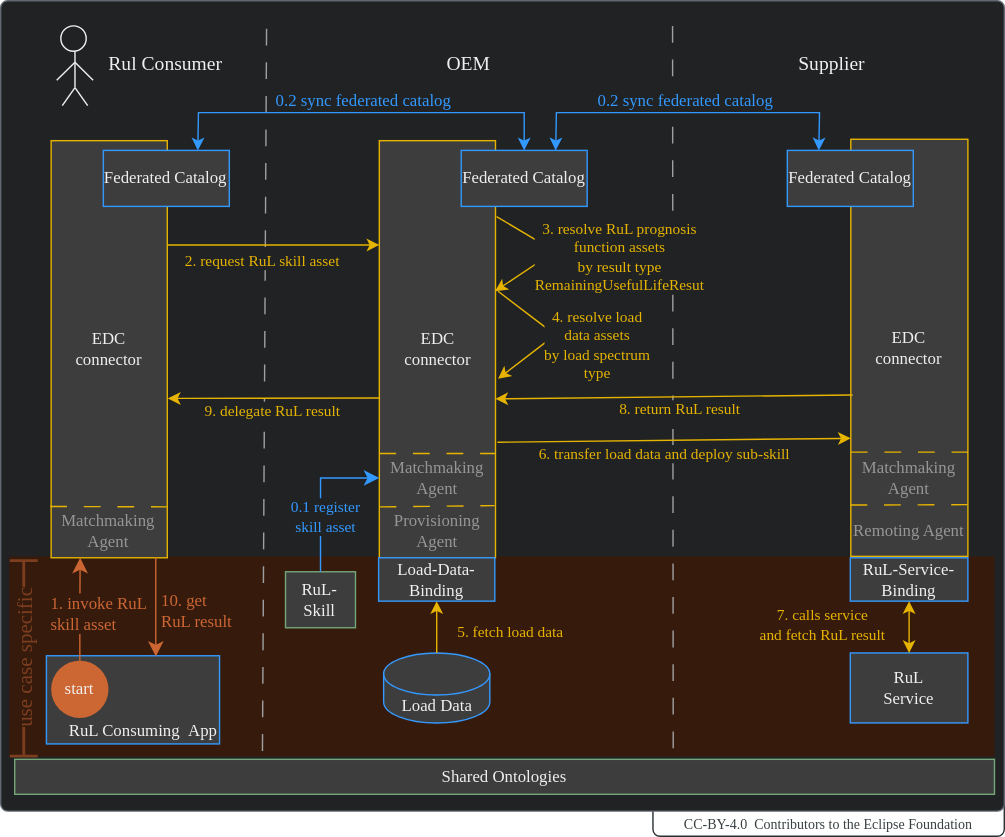
Earlier version of the draw.io export docs-kits/kits/behaviour-twin-kit/use-cases/rul/adoption-view/assets/business-process.drawio.svg (eclipse-tractusx/eclipse-tractusx.github.io). Source tidied: cells renumbered, new cells last; positions are measured from the earlier drawing's top-left corner, leaving out a move shared by most shapes.
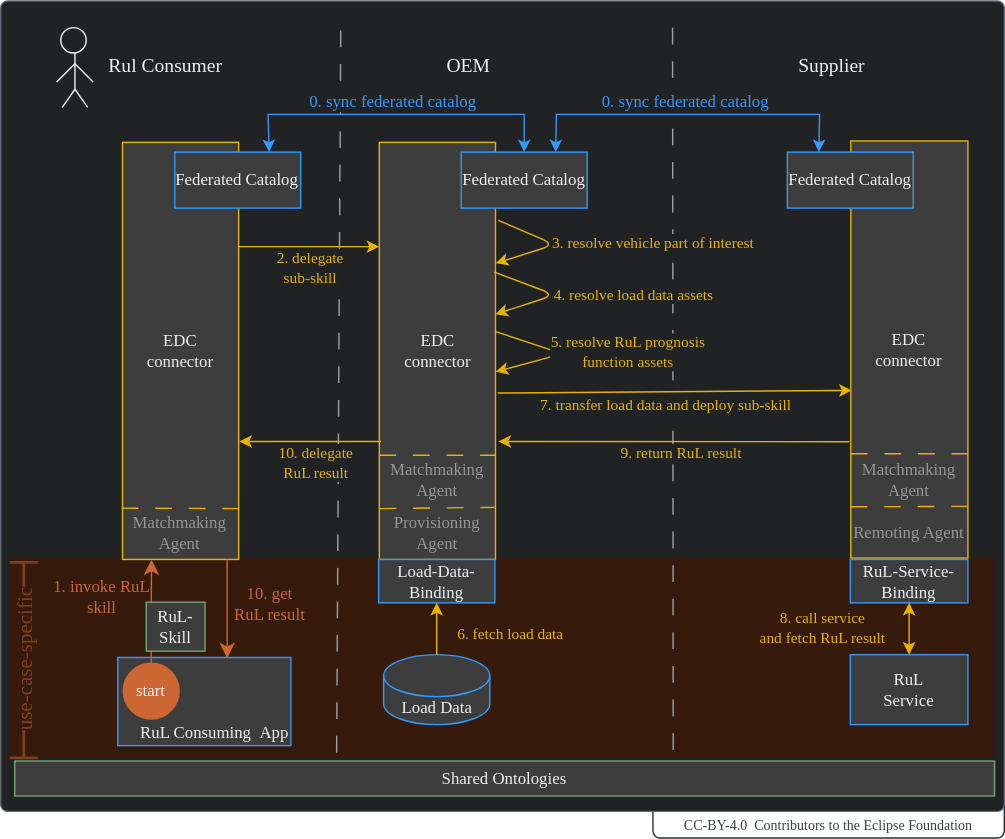
Later version of the same file.

Change to the diagram source:
```diff
@@ -8,3 +8,3 @@
     <mxCell id="3" style="rounded=1;whiteSpace=wrap;html=1;fillColor=#202224;strokeColor=#606770;arcSize=10;absoluteArcSize=1;imageWidth=25;fillStyle=solid;fontFamily=Manrope;" parent="1" vertex="1">
-      <mxGeometry x="53" width="717" height="579" as="geometry" />
+      <mxGeometry x="53" y="-1" width="717" height="579" as="geometry" />
     </mxCell>
@@ -15,4 +15,4 @@
       <mxGeometry relative="1" as="geometry">
-        <mxPoint x="240" y="536" as="sourcePoint" />
-        <mxPoint x="243" y="9" as="targetPoint" />
+        <mxPoint x="293" y="536" as="sourcePoint" />
+        <mxPoint x="296" y="9" as="targetPoint" />
       </mxGeometry>
@@ -35,3 +35,3 @@
     <mxCell id="10" value="&lt;font style=&quot;font-size: 12px;&quot; face=&quot;Manrope&quot;&gt;EDC&lt;br&gt;connector&lt;/font&gt;" style="rounded=0;whiteSpace=wrap;html=1;strokeColor=#E6B400;fillColor=#3D3D3D;fillStyle=solid;fontColor=#F0F0F0;fontFamily=Manrope;" parent="1" vertex="1">
-      <mxGeometry x="89" y="100" width="83" height="298" as="geometry" />
+      <mxGeometry x="140" y="100" width="83" height="298" as="geometry" />
     </mxCell>
@@ -80,3 +80,3 @@
     <mxCell id="20" value="&lt;font style=&quot;font-size: 12px;&quot; face=&quot;Manrope&quot;&gt;Federated Catalog&lt;/font&gt;" style="rounded=0;whiteSpace=wrap;html=1;strokeColor=#3399FF;fillColor=#3D3D3D;fillStyle=solid;fontColor=#F0F0F0;fontFamily=Manrope;" parent="1" vertex="1">
-      <mxGeometry x="126.3" y="107" width="90" height="40" as="geometry" />
+      <mxGeometry x="177.3" y="107" width="90" height="40" as="geometry" />
     </mxCell>
@@ -94,3 +94,3 @@
         <Array as="points">
-          <mxPoint x="194.3" y="80" />
+          <mxPoint x="244" y="80" />
           <mxPoint x="427" y="80" />
@@ -99,5 +99,5 @@
     </mxCell>
-    <mxCell id="25" value="&lt;font face=&quot;Manrope&quot; color=&quot;#3399ff&quot;&gt;&amp;nbsp;0.2 sync federated catalog&lt;/font&gt;" style="edgeLabel;html=1;align=center;verticalAlign=middle;fontSize=12;fontColor=#F0F0F0;labelBackgroundColor=#202224;fixedWidth=0;labelPadding=0;noLabel=0;fontFamily=Manrope;" parent="24" vertex="1">
+    <mxCell id="25" value="&lt;font face=&quot;Manrope&quot; color=&quot;#3399ff&quot;&gt;&amp;nbsp;0. sync federated catalog&lt;/font&gt;" style="edgeLabel;html=1;align=center;verticalAlign=middle;fontSize=12;fontColor=#F0F0F0;labelBackgroundColor=#202224;fixedWidth=0;labelPadding=0;noLabel=0;fontFamily=Manrope;" parent="24" vertex="1">
       <mxGeometry x="0.2" relative="1" as="geometry">
-        <mxPoint x="-28" y="-9" as="offset" />
+        <mxPoint x="-28" y="-10" as="offset" />
       </mxGeometry>
@@ -115,5 +115,5 @@
     </mxCell>
-    <mxCell id="28" value="&amp;nbsp;0.2 sync federated catalog" style="edgeLabel;html=1;align=center;verticalAlign=middle;fontSize=12;fontColor=#3399FF;labelBackgroundColor=#202224;fontFamily=Manrope;" parent="26" vertex="1">
+    <mxCell id="28" value="&amp;nbsp;0. sync federated catalog" style="edgeLabel;html=1;align=center;verticalAlign=middle;fontSize=12;fontColor=#3399FF;labelBackgroundColor=#202224;fontFamily=Manrope;" parent="26" vertex="1">
       <mxGeometry x="0.11" relative="1" as="geometry">
-        <mxPoint x="-17" y="-9" as="offset" />
+        <mxPoint x="-17" y="-10" as="offset" />
       </mxGeometry>
@@ -129,5 +129,5 @@
     </mxCell>
-    <mxCell id="32" value="&lt;font face=&quot;Manrope&quot;&gt;2. request RuL skill asset&lt;/font&gt;" style="edgeLabel;html=1;align=left;verticalAlign=middle;fontColor=#E6B400;labelBackgroundColor=#202224;fontFamily=Manrope;" parent="31" vertex="1">
+    <mxCell id="32" value="&lt;font face=&quot;Manrope&quot;&gt;2. delegate&lt;br&gt;&amp;nbsp;sub-skill&lt;/font&gt;" style="edgeLabel;html=1;align=center;verticalAlign=middle;fontColor=#E6B400;labelBackgroundColor=#202224;fontFamily=Manrope;" parent="31" vertex="1">
       <mxGeometry x="-0.23" y="1" relative="1" as="geometry">
-        <mxPoint x="-47" y="12" as="offset" />
+        <mxPoint x="12" y="16" as="offset" />
       </mxGeometry>
@@ -146,3 +146,3 @@
     </mxCell>
-    <mxCell id="37" value="&lt;font face=&quot;Manrope&quot;&gt;5. fetch load data&lt;/font&gt;" style="edgeLabel;html=1;align=center;verticalAlign=middle;fontColor=#E6B400;labelBackgroundColor=#361B0D;fontFamily=Manrope;" parent="36" vertex="1">
+    <mxCell id="37" value="&lt;font face=&quot;Manrope&quot;&gt;6. fetch load data&lt;/font&gt;" style="edgeLabel;html=1;align=center;verticalAlign=middle;fontColor=#E6B400;labelBackgroundColor=#361B0D;fontFamily=Manrope;" parent="36" vertex="1">
       <mxGeometry x="0.41" y="-1" relative="1" as="geometry">
@@ -151,12 +151,9 @@
     </mxCell>
-    <mxCell id="38" value="&lt;font style=&quot;font-size: 12px;&quot; face=&quot;Manrope&quot;&gt;RuL-&lt;br&gt;Skill&lt;br&gt;&lt;/font&gt;" style="rounded=0;whiteSpace=wrap;html=1;strokeColor=#74A678;fillColor=#3D3D3D;fillStyle=solid;fontColor=#F0F0F0;fontFamily=Manrope;" parent="1" vertex="1">
-      <mxGeometry x="256.5" y="408" width="50" height="40" as="geometry" />
-    </mxCell>
-    <mxCell id="39" value="&lt;font face=&quot;Manrope&quot; color=&quot;#7d3e1f&quot; style=&quot;background-color: rgb(54, 27, 13); font-size: 15px;&quot;&gt;&amp;nbsp;use case specific&amp;nbsp;&lt;/font&gt;" style="shape=crossbar;whiteSpace=wrap;html=1;rounded=1;labelBackgroundColor=#361B0D;strokeColor=#7D3E1F;fontColor=#F0F0F0;fillColor=#69341A;rotation=-90;strokeWidth=2;fontFamily=Manrope;" parent="1" vertex="1">
+    <mxCell id="39" value="&lt;font face=&quot;Manrope&quot; color=&quot;#7d3e1f&quot; style=&quot;background-color: rgb(54, 27, 13); font-size: 15px;&quot;&gt;&amp;nbsp;use-case-specific&amp;nbsp;&lt;/font&gt;" style="shape=crossbar;whiteSpace=wrap;html=1;rounded=1;labelBackgroundColor=#361B0D;strokeColor=#7D3E1F;fontColor=#F0F0F0;fillColor=#69341A;rotation=-90;strokeWidth=2;fontFamily=Manrope;" parent="1" vertex="1">
       <mxGeometry x="-0.4" y="459.9" width="139.7" height="20" as="geometry" />
     </mxCell>
-    <mxCell id="40" style="endArrow=classic;html=1;fontColor=#E6B400;exitX=1.009;exitY=0.182;exitDx=0;exitDy=0;entryX=0.996;entryY=0.361;entryDx=0;entryDy=0;strokeColor=#E6B400;entryPerimeter=0;exitPerimeter=0;fontFamily=Manrope;" parent="1" edge="1" source="11" target="11">
+    <mxCell id="40" style="endArrow=classic;html=1;fontColor=#E6B400;exitX=1.024;exitY=0.187;exitDx=0;exitDy=0;entryX=1.002;entryY=0.29;entryDx=0;entryDy=0;strokeColor=#E6B400;entryPerimeter=0;exitPerimeter=0;fontFamily=Manrope;" parent="1" edge="1" source="11" target="11">
       <mxGeometry relative="1" as="geometry">
         <Array as="points">
-          <mxPoint x="449" y="179" />
+          <mxPoint x="449" y="173" />
         </Array>
@@ -164,11 +161,11 @@
     </mxCell>
-    <mxCell id="41" value="&lt;font face=&quot;Manrope&quot;&gt;3. resolve RuL prognosis&lt;br&gt;function assets&lt;br&gt;by&amp;nbsp;result type&lt;br&gt;RemainingUsefulLifeResut&lt;/font&gt;" style="edgeLabel;html=1;align=center;verticalAlign=middle;labelBackgroundColor=#202224;fontColor=#E6B400;fontFamily=Manrope;" parent="40" vertex="1">
+    <mxCell id="41" value="3. resolve vehicle part of interest&lt;font face=&quot;Manrope&quot;&gt;&lt;br&gt;&lt;/font&gt;" style="edgeLabel;html=1;align=center;verticalAlign=middle;labelBackgroundColor=#202224;fontColor=#E6B400;fontFamily=Manrope;" parent="40" vertex="1">
       <mxGeometry x="0.35" relative="1" as="geometry">
-        <mxPoint x="61" y="-7" as="offset" />
+        <mxPoint x="85" y="-6" as="offset" />
       </mxGeometry>
     </mxCell>
-    <mxCell id="42" style="endArrow=classic;html=1;fontColor=#E6B400;strokeColor=#E6B400;entryX=1.022;entryY=0.571;entryDx=0;entryDy=0;entryPerimeter=0;exitX=1.022;exitY=0.361;exitDx=0;exitDy=0;exitPerimeter=0;fontFamily=Manrope;" parent="1" edge="1" source="11" target="11">
+    <mxCell id="42" style="endArrow=classic;html=1;fontColor=#E6B400;strokeColor=#E6B400;exitX=0.994;exitY=0.453;exitDx=0;exitDy=0;exitPerimeter=0;fontFamily=Manrope;entryX=1.002;entryY=0.55;entryDx=0;entryDy=0;entryPerimeter=0;" parent="1" edge="1" source="11" target="11">
       <mxGeometry relative="1" as="geometry">
         <Array as="points">
-          <mxPoint x="449.2" y="238.8" />
+          <mxPoint x="454.4" y="251" />
         </Array>
@@ -176,14 +173,16 @@
     </mxCell>
-    <mxCell id="43" value="&lt;font face=&quot;Manrope&quot;&gt;4. resolve load&lt;br&gt;data assets&lt;br&gt;by load spectrum &lt;br&gt;type&lt;br&gt;&lt;/font&gt;" style="edgeLabel;html=1;align=center;verticalAlign=middle;labelBackgroundColor=#202224;fontColor=#E6B400;fontFamily=Manrope;" parent="42" vertex="1">
+    <mxCell id="43" value="5. resolve RuL prognosis&lt;br&gt;function assets&lt;font face=&quot;Manrope&quot;&gt;&lt;br&gt;&lt;/font&gt;" style="edgeLabel;html=1;align=center;verticalAlign=middle;labelBackgroundColor=#202224;fontColor=#E6B400;fontFamily=Manrope;" parent="42" vertex="1">
       <mxGeometry x="0.35" relative="1" as="geometry">
-        <mxPoint x="43" y="-4" as="offset" />
+        <mxPoint x="62" y="-6" as="offset" />
       </mxGeometry>
     </mxCell>
-    <mxCell id="44" value="&lt;font face=&quot;Manrope&quot;&gt;7. calls service&lt;br&gt;and fetch RuL result&lt;/font&gt;" style="edgeLabel;html=1;align=center;verticalAlign=middle;fontColor=#E6B400;labelBackgroundColor=#361B0D;fontFamily=Manrope;" parent="1" vertex="1">
-      <mxGeometry x="639" y="446" as="geometry" />
+    <mxCell id="44" value="&lt;font face=&quot;Manrope&quot;&gt;8. call service&lt;br&gt;and fetch RuL result&lt;/font&gt;" style="edgeLabel;html=1;align=center;verticalAlign=middle;fontColor=#E6B400;labelBackgroundColor=#361B0D;fontFamily=Manrope;" parent="1" vertex="1">
+      <mxGeometry x="641" y="459.9" as="geometry">
+        <mxPoint x="-2" y="-13" as="offset" />
+      </mxGeometry>
     </mxCell>
-    <mxCell id="45" style="endArrow=classic;html=1;strokeColor=#E6B400;fontColor=#F0F0F0;exitX=0.016;exitY=0.613;exitDx=0;exitDy=0;exitPerimeter=0;fontFamily=Manrope;entryX=0.999;entryY=0.619;entryDx=0;entryDy=0;entryPerimeter=0;" parent="1" edge="1" source="12" target="11">
+    <mxCell id="45" style="endArrow=classic;html=1;strokeColor=#E6B400;fontColor=#F0F0F0;fontFamily=Manrope;entryX=1.026;entryY=0.717;entryDx=0;entryDy=0;entryPerimeter=0;exitX=-0.013;exitY=0.721;exitDx=0;exitDy=0;exitPerimeter=0;" parent="1" edge="1" source="12" target="11">
       <mxGeometry relative="1" as="geometry" />
     </mxCell>
-    <mxCell id="46" value="&lt;font face=&quot;Manrope&quot;&gt;8. return RuL result&lt;/font&gt;" style="edgeLabel;html=1;align=center;verticalAlign=middle;fontColor=#E6B400;labelBackgroundColor=#202224;fontFamily=Manrope;" parent="45" vertex="1">
+    <mxCell id="46" value="&lt;font face=&quot;Manrope&quot;&gt;9. return RuL result&lt;/font&gt;" style="edgeLabel;html=1;align=center;verticalAlign=middle;fontColor=#E6B400;labelBackgroundColor=#202224;fontFamily=Manrope;" parent="45" vertex="1">
       <mxGeometry x="0.41" y="-1" relative="1" as="geometry">
@@ -192,6 +191,6 @@
     </mxCell>
-    <mxCell id="47" style="endArrow=classic;html=1;strokeColor=#E6B400;fontColor=#F0F0F0;entryX=-0.001;entryY=0.717;entryDx=0;entryDy=0;fontFamily=Manrope;entryPerimeter=0;exitX=1.016;exitY=0.723;exitDx=0;exitDy=0;exitPerimeter=0;" parent="1" edge="1" source="11" target="12">
+    <mxCell id="47" style="endArrow=classic;html=1;strokeColor=#E6B400;fontColor=#F0F0F0;entryX=0.008;entryY=0.598;entryDx=0;entryDy=0;fontFamily=Manrope;exitX=1.019;exitY=0.601;exitDx=0;exitDy=0;exitPerimeter=0;entryPerimeter=0;" parent="1" edge="1" source="11" target="12">
       <mxGeometry relative="1" as="geometry" />
     </mxCell>
-    <mxCell id="48" value="6. transfer load data and deploy sub-skill" style="edgeLabel;html=1;align=center;verticalAlign=middle;fontColor=#E6B400;labelBackgroundColor=#202224;fontFamily=Manrope;" parent="47" vertex="1">
+    <mxCell id="48" value="7. transfer load data and deploy sub-skill" style="edgeLabel;html=1;align=center;verticalAlign=middle;fontColor=#E6B400;labelBackgroundColor=#202224;fontFamily=Manrope;" parent="47" vertex="1">
       <mxGeometry x="0.41" y="-1" relative="1" as="geometry">
@@ -200,24 +199,12 @@
     </mxCell>
-    <mxCell id="49" style="endArrow=classic;html=1;strokeColor=#E6B400;fontColor=#F0F0F0;entryX=1.005;entryY=0.618;entryDx=0;entryDy=0;entryPerimeter=0;fontFamily=Manrope;exitX=0.007;exitY=0.617;exitDx=0;exitDy=0;exitPerimeter=0;" parent="1" edge="1" source="11" target="10">
+    <mxCell id="49" style="endArrow=classic;html=1;strokeColor=#E6B400;fontColor=#F0F0F0;fontFamily=Manrope;exitX=0.014;exitY=0.717;exitDx=0;exitDy=0;exitPerimeter=0;entryX=1.006;entryY=0.717;entryDx=0;entryDy=0;entryPerimeter=0;" parent="1" edge="1" source="11" target="10">
       <mxGeometry relative="1" as="geometry" />
     </mxCell>
-    <mxCell id="50" value="&lt;font face=&quot;Manrope&quot;&gt;9. delegate RuL result&lt;/font&gt;" style="edgeLabel;html=1;align=center;verticalAlign=middle;fontColor=#E6B400;labelBackgroundColor=#202224;fontFamily=Manrope;" parent="49" vertex="1">
+    <mxCell id="50" value="&lt;font face=&quot;Manrope&quot;&gt;10. delegate&lt;br&gt;RuL result&lt;/font&gt;" style="edgeLabel;html=1;align=center;verticalAlign=middle;fontColor=#E6B400;labelBackgroundColor=#202224;fontFamily=Manrope;" parent="49" vertex="1">
       <mxGeometry x="0.41" y="-1" relative="1" as="geometry">
-        <mxPoint x="29" y="9" as="offset" />
+        <mxPoint x="24" y="16" as="offset" />
       </mxGeometry>
     </mxCell>
-    <mxCell id="51" style="edgeStyle=segmentEdgeStyle;endArrow=classic;html=1;curved=0;rounded=0;endSize=8;startSize=8;strokeColor=#3399FF;fontColor=#E6B400;exitX=0.5;exitY=0;exitDx=0;exitDy=0;entryX=0;entryY=0.5;entryDx=0;entryDy=0;fontFamily=Manrope;" parent="1" edge="1" source="38" target="58">
-      <mxGeometry relative="1" as="geometry">
-        <Array as="points">
-          <mxPoint x="282" y="341" />
-        </Array>
-      </mxGeometry>
-    </mxCell>
-    <mxCell id="52" value="&lt;font face=&quot;Manrope&quot; style=&quot;&quot; color=&quot;#3399ff&quot;&gt;0.1 register&lt;br&gt;skill asset&lt;/font&gt;" style="edgeLabel;html=1;align=center;verticalAlign=middle;fontColor=#E6B400;labelBackgroundColor=#202224;fontFamily=Manrope;" parent="51" vertex="1">
-      <mxGeometry x="0.14" y="-2" relative="1" as="geometry">
-        <mxPoint x="1" y="22" as="offset" />
-      </mxGeometry>
-    </mxCell>
     <mxCell id="53" value="&lt;font style=&quot;font-size: 12px;&quot; face=&quot;Manrope&quot;&gt;RuL Consuming&amp;nbsp;&amp;nbsp;App&lt;/font&gt;" style="rounded=0;whiteSpace=wrap;html=1;strokeColor=#3399FF;fillColor=#3D3D3D;fillStyle=solid;fontColor=#F0F0F0;fontFamily=Manrope;align=right;verticalAlign=bottom;" parent="1" vertex="1">
-      <mxGeometry x="85.7" y="468" width="123.7" height="63" as="geometry" />
+      <mxGeometry x="136.7" y="468" width="123.7" height="63" as="geometry" />
     </mxCell>
@@ -226,5 +213,5 @@
     </mxCell>
-    <mxCell id="55" value="&lt;font face=&quot;Manrope&quot;&gt;1. invoke RuL&lt;br&gt;skill asset&lt;/font&gt;" style="edgeLabel;html=1;align=left;verticalAlign=middle;fontSize=12;fontColor=#CC6633;labelBackgroundColor=#361B0D;fontFamily=Manrope;" parent="54" vertex="1">
+    <mxCell id="55" value="&lt;font face=&quot;Manrope&quot;&gt;1. invoke RuL&lt;br&gt;skill&lt;/font&gt;" style="edgeLabel;html=1;align=center;verticalAlign=middle;fontSize=12;fontColor=#CC6633;labelBackgroundColor=#361B0D;fontFamily=Manrope;" parent="54" vertex="1">
       <mxGeometry x="-0.72" y="-3" relative="1" as="geometry">
-        <mxPoint x="-26" y="-24" as="offset" />
+        <mxPoint x="-39" y="-37" as="offset" />
       </mxGeometry>
@@ -232,3 +219,3 @@
     <mxCell id="56" value="&lt;font face=&quot;Manrope&quot;&gt;start&lt;/font&gt;" style="ellipse;whiteSpace=wrap;html=1;strokeColor=none;fontSize=12;fontColor=#F0F0F0;fillColor=#CC6633;fontFamily=Manrope;" parent="1" vertex="1">
-      <mxGeometry x="89" y="471.5" width="41" height="41" as="geometry" />
+      <mxGeometry x="140" y="471.5" width="41" height="41" as="geometry" />
     </mxCell>
@@ -247,3 +234,3 @@
     <mxCell id="61" value="&lt;font style=&quot;font-size: 12px;&quot; face=&quot;Manrope&quot;&gt;Matchmaking&lt;br&gt;Agent&lt;/font&gt;" style="rounded=0;whiteSpace=wrap;html=1;strokeColor=none;fillColor=none;fillStyle=solid;fontColor=#969696;fontFamily=Manrope;" parent="1" vertex="1">
-      <mxGeometry x="89" y="365" width="82" height="28" as="geometry" />
+      <mxGeometry x="140" y="365" width="82" height="28" as="geometry" />
     </mxCell>
@@ -252,3 +239,3 @@
         <Array as="points">
-          <mxPoint x="177" y="451" />
+          <mxPoint x="228" y="451" />
         </Array>
@@ -256,5 +243,5 @@
     </mxCell>
-    <mxCell id="63" value="&lt;font face=&quot;Manrope&quot;&gt;10. get&lt;br&gt;RuL result&lt;/font&gt;" style="edgeLabel;html=1;align=left;verticalAlign=middle;fontSize=12;fontColor=#CC6633;labelBackgroundColor=#361B0D;fontFamily=Manrope;" parent="62" vertex="1">
+    <mxCell id="63" value="&lt;font face=&quot;Manrope&quot;&gt;10. get&lt;br&gt;RuL result&lt;/font&gt;" style="edgeLabel;html=1;align=center;verticalAlign=middle;fontSize=12;fontColor=#CC6633;labelBackgroundColor=#361B0D;fontFamily=Manrope;" parent="62" vertex="1">
       <mxGeometry x="-0.72" y="-3" relative="1" as="geometry">
-        <mxPoint x="5" y="27" as="offset" />
+        <mxPoint x="33" y="21" as="offset" />
       </mxGeometry>
@@ -281,2 +268,17 @@
     </mxCell>
+    <mxCell id="38" value="&lt;font style=&quot;font-size: 12px;&quot; face=&quot;Manrope&quot;&gt;RuL-&lt;br&gt;Skill&lt;br&gt;&lt;/font&gt;" style="rounded=0;whiteSpace=wrap;html=1;strokeColor=#74A678;fillColor=#3D3D3D;fillStyle=solid;fontColor=#F0F0F0;fontFamily=Manrope;" parent="1" vertex="1">
+      <mxGeometry x="157" y="428.5" width="42" height="35" as="geometry" />
+    </mxCell>
+    <mxCell id="70" style="endArrow=classic;html=1;fontColor=#E6B400;exitX=0.99;exitY=0.311;exitDx=0;exitDy=0;entryX=0.999;entryY=0.412;entryDx=0;entryDy=0;strokeColor=#E6B400;entryPerimeter=0;exitPerimeter=0;fontFamily=Manrope;" parent="1" edge="1" source="11" target="11">
+      <mxGeometry relative="1" as="geometry">
+        <Array as="points">
+          <mxPoint x="449" y="209" />
+        </Array>
+      </mxGeometry>
+    </mxCell>
+    <mxCell id="71" value="4. resolve load data assets&lt;font face=&quot;Manrope&quot;&gt;&lt;br&gt;&lt;/font&gt;" style="edgeLabel;html=1;align=center;verticalAlign=middle;labelBackgroundColor=#202224;fontColor=#E6B400;fontFamily=Manrope;" parent="70" vertex="1">
+      <mxGeometry x="0.35" relative="1" as="geometry">
+        <mxPoint x="69" y="-5" as="offset" />
+      </mxGeometry>
+    </mxCell>
   </root>
```
